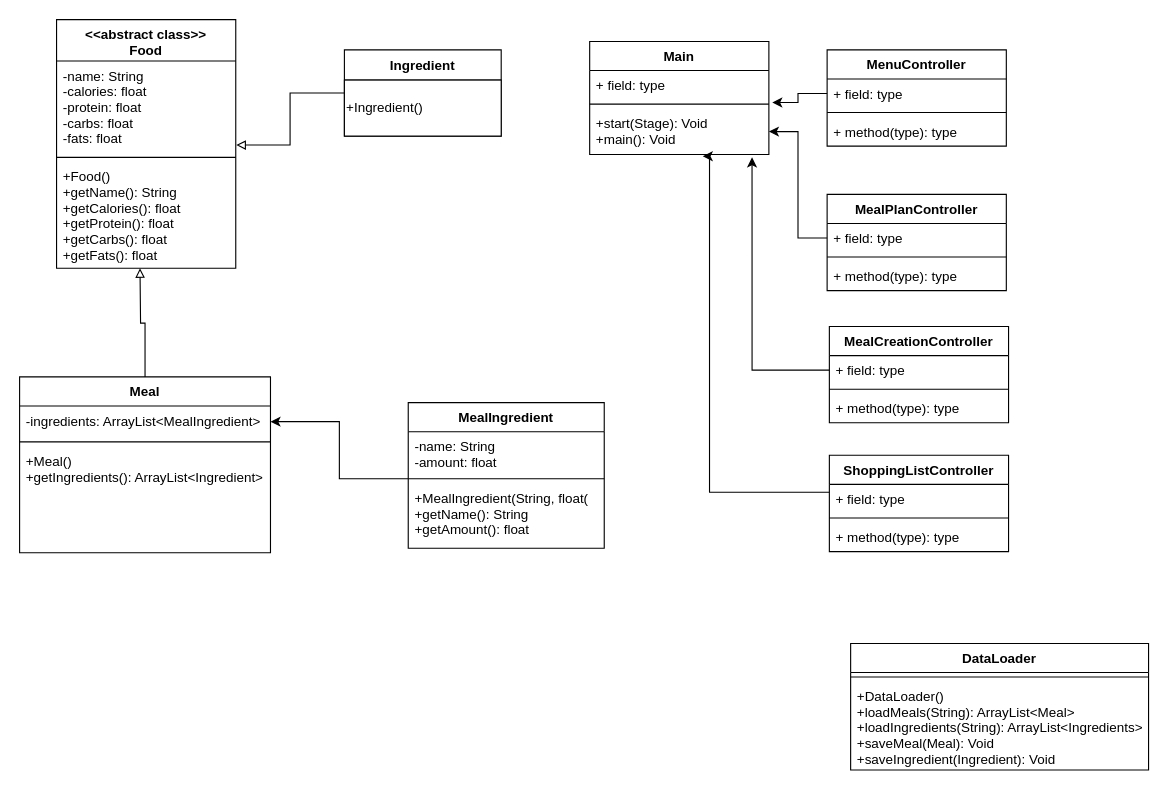
Above: Docs/UML_Diagram.drawio in maciejmalec/mealplanner (draw.io), before the change. Source tidied: cells renumbered, new cells numbered last; positions are measured from the earlier drawing's top-left corner, leaving out a move shared by most shapes. Both pictures are drawn from the tidied source at 112%, with x=0, y=0 at pixel (19, 19).
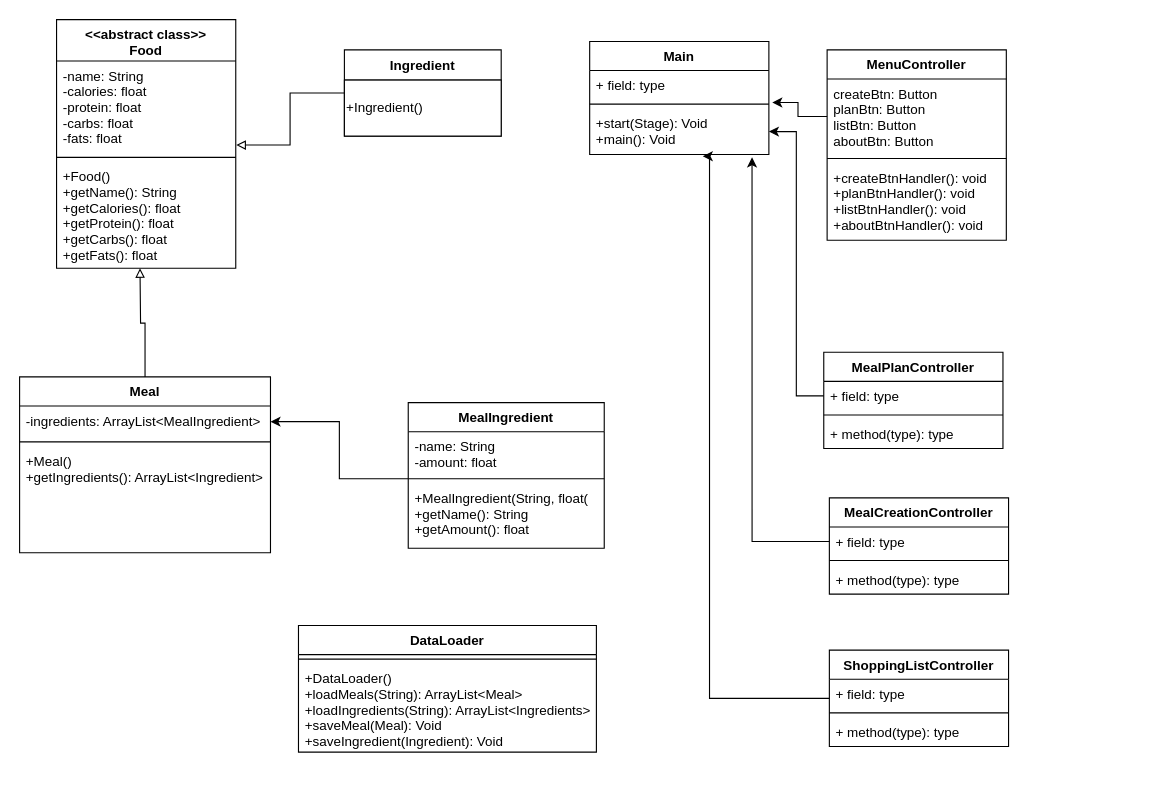
The same page after the edit.

Unchanged cells that the change refers to:
```xml
<mxCell id="26" value="+ field: type" style="text;strokeColor=none;fillColor=none;align=left;verticalAlign=top;spacingLeft=4;spacingRight=4;overflow=hidden;points=[[0,0.5],[1,0.5]];portConstraint=eastwest;" parent="25" vertex="1">
  <mxGeometry y="26" width="160" height="26" as="geometry" />
</mxCell>
<mxCell id="40" value="+start(Stage): Void&#10;+main(): Void&#10;" style="text;strokeColor=none;fillColor=none;align=left;verticalAlign=top;spacingLeft=4;spacingRight=4;overflow=hidden;points=[[0,0.5],[1,0.5]];portConstraint=eastwest;" parent="37" vertex="1">
  <mxGeometry y="60" width="160" height="41" as="geometry" />
</mxCell>
```

Change to the diagram source:
```diff
@@
     <mxCell id="11" value="DataLoader" style="swimlane;fontStyle=1;align=center;verticalAlign=top;horizontal=1;startSize=26;" parent="1" vertex="1">
-      <mxGeometry x="742" y="557" width="266" height="113" as="geometry" />
+      <mxGeometry x="249" y="541" width="266" height="113" as="geometry" />
     </mxCell>
@@
     <mxCell id="17" value="MenuController" style="swimlane;fontStyle=1;align=center;verticalAlign=top;horizontal=1;startSize=26;" parent="1" vertex="1">
-      <mxGeometry x="721" y="27" width="160" height="86" as="geometry" />
+      <mxGeometry x="721" y="27" width="160" height="170" as="geometry" />
     </mxCell>
-    <mxCell id="18" value="+ field: type" style="text;strokeColor=none;fillColor=none;align=left;verticalAlign=top;spacingLeft=4;spacingRight=4;overflow=hidden;points=[[0,0.5],[1,0.5]];portConstraint=eastwest;" parent="17" vertex="1">
-      <mxGeometry y="26" width="160" height="26" as="geometry" />
+    <mxCell id="18" value="createBtn: Button&#10;planBtn: Button&#10;listBtn: Button&#10;aboutBtn: Button" style="text;strokeColor=none;fillColor=none;align=left;verticalAlign=top;spacingLeft=4;spacingRight=4;overflow=hidden;points=[[0,0.5],[1,0.5]];portConstraint=eastwest;" parent="17" vertex="1">
+      <mxGeometry y="26" width="160" height="67" as="geometry" />
     </mxCell>
     <mxCell id="19" style="line;strokeWidth=1;fillColor=none;align=left;verticalAlign=middle;spacingTop=-1;spacingLeft=3;spacingRight=3;labelPosition=right;" parent="17" vertex="1">
-      <mxGeometry y="52" width="160" height="8" as="geometry" />
+      <mxGeometry y="93" width="160" height="8" as="geometry" />
     </mxCell>
-    <mxCell id="20" value="+ method(type): type" style="text;strokeColor=none;fillColor=none;align=left;verticalAlign=top;spacingLeft=4;spacingRight=4;overflow=hidden;" parent="17" vertex="1">
-      <mxGeometry y="60" width="160" height="26" as="geometry" />
+    <mxCell id="20" value="+createBtnHandler(): void&#10;+planBtnHandler(): void&#10;+listBtnHandler(): void&#10;+aboutBtnHandler(): void" style="text;strokeColor=none;fillColor=none;align=left;verticalAlign=top;spacingLeft=4;spacingRight=4;overflow=hidden;" parent="17" vertex="1">
+      <mxGeometry y="101" width="160" height="69" as="geometry" />
     </mxCell>
     <mxCell id="21" value="MealPlanController" style="swimlane;fontStyle=1;align=center;verticalAlign=top;horizontal=1;startSize=26;" parent="1" vertex="1">
-      <mxGeometry x="721" y="156" width="160" height="86" as="geometry" />
+      <mxGeometry x="718" y="297" width="160" height="86" as="geometry" />
     </mxCell>
@@
     <mxCell id="25" value="MealCreationController" style="swimlane;fontStyle=1;align=center;verticalAlign=top;horizontal=1;startSize=26;" parent="1" vertex="1">
-      <mxGeometry x="723" y="274" width="160" height="86" as="geometry" />
+      <mxGeometry x="723" y="427" width="160" height="86" as="geometry" />
     </mxCell>
@@
     <mxCell id="29" style="edgeStyle=orthogonalEdgeStyle;rounded=0;jettySize=auto;html=1;entryX=0.631;entryY=1.037;entryDx=0;entryDy=0;entryPerimeter=0;endArrow=classic;endFill=1;" parent="1" edge="1" source="30" target="40">
       <mxGeometry relative="1" as="geometry">
         <Array as="points">
-          <mxPoint x="616" y="422" />
+          <mxPoint x="616" y="606" />
           <mxPoint x="616" y="122" />
         </Array>
       </mxGeometry>
     </mxCell>
     <mxCell id="30" value="ShoppingListController" style="swimlane;fontStyle=1;align=center;verticalAlign=top;horizontal=1;startSize=26;" parent="1" vertex="1">
-      <mxGeometry x="723" y="389" width="160" height="86" as="geometry" />
+      <mxGeometry x="723" y="563" width="160" height="86" as="geometry" />
     </mxCell>
@@
     <mxCell id="36" style="edgeStyle=orthogonalEdgeStyle;rounded=0;jettySize=auto;html=1;entryX=0.906;entryY=1.061;entryDx=0;entryDy=0;entryPerimeter=0;endArrow=classic;endFill=1;" parent="1" edge="1" source="26" target="40">
       <mxGeometry relative="1" as="geometry">
         <Array as="points">
-          <mxPoint x="654" y="313" />
+          <mxPoint x="654" y="466" />
         </Array>
       </mxGeometry>
     </mxCell>
```
